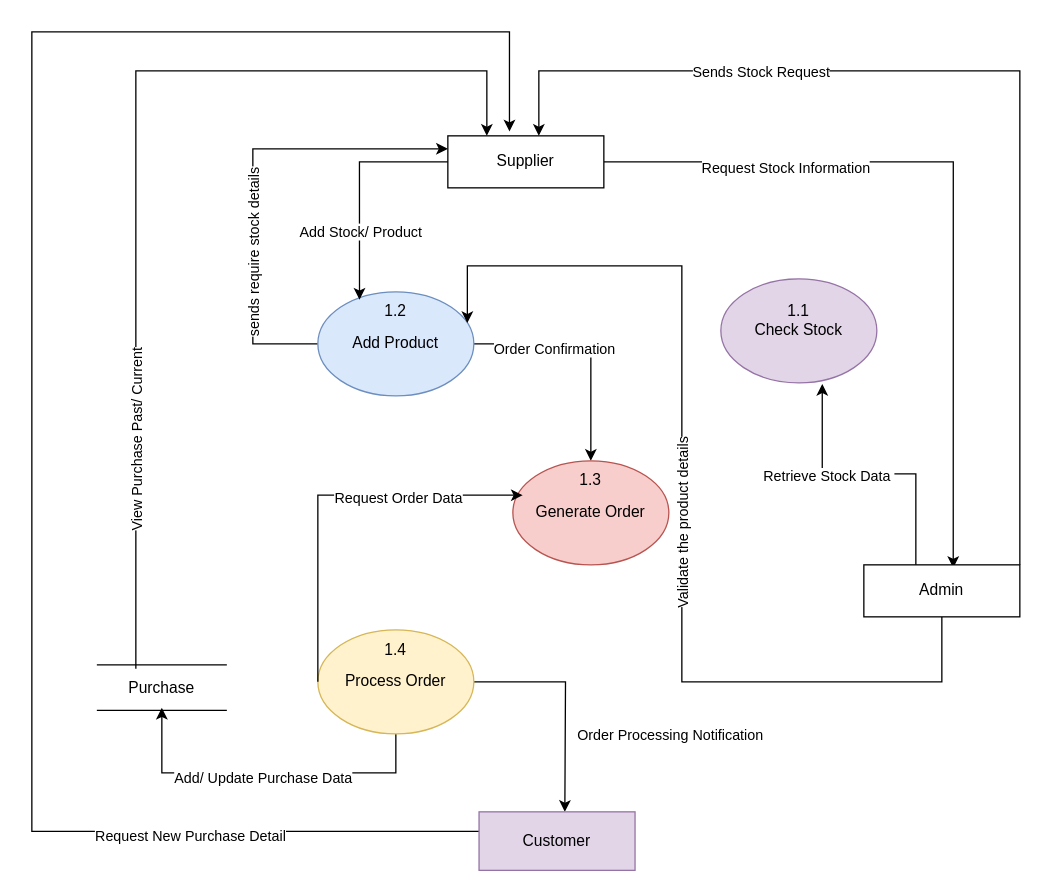
Earlier version of the draw.io diagram Level 2 1.1.drawio (pawal-karki/DRAW.IO). Source tidied: cells renumbered, new cells numbered last; positions are measured from the earlier drawing's top-left corner, leaving out a move shared by most shapes. Both pictures are drawn from the tidied source at 130%, with x=0, y=0 at pixel (31, 31).
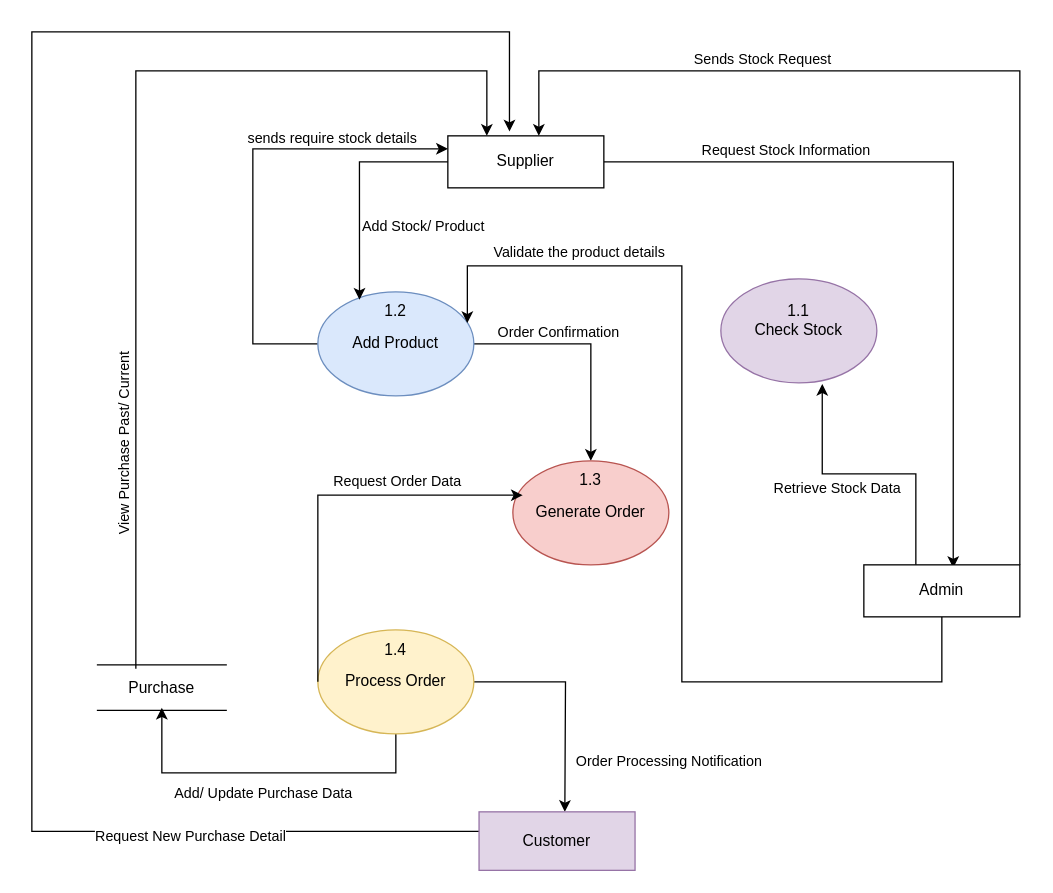
The same diagram, later.

Unchanged cells that the change refers to:
```xml
<mxCell id="2" style="edgeStyle=orthogonalEdgeStyle;rounded=0;jettySize=auto;html=1;entryX=0.573;entryY=0.06;entryDx=0;entryDy=0;entryPerimeter=0;" parent="1" edge="1" source="4" target="25">
  <mxGeometry relative="1" as="geometry" />
</mxCell>
<mxCell id="6" style="edgeStyle=orthogonalEdgeStyle;rounded=0;jettySize=auto;html=1;entryX=0;entryY=0.25;entryDx=0;entryDy=0;" parent="1" edge="1" source="10" target="4">
  <mxGeometry relative="1" as="geometry">
    <Array as="points">
      <mxPoint x="170" y="240" />
      <mxPoint x="170" y="90" />
    </Array>
  </mxGeometry>
</mxCell>
<mxCell id="8" style="edgeStyle=orthogonalEdgeStyle;rounded=0;jettySize=auto;html=1;" parent="1" edge="1" source="10" target="13">
  <mxGeometry relative="1" as="geometry" />
</mxCell>
<mxCell id="11" style="edgeStyle=orthogonalEdgeStyle;rounded=0;jettySize=auto;html=1;entryX=0.5;entryY=0;entryDx=0;entryDy=0;exitX=1;exitY=0.5;exitDx=0;exitDy=0;" parent="1" edge="1" source="16">
  <mxGeometry relative="1" as="geometry">
    <mxPoint x="410" y="600" as="targetPoint" />
  </mxGeometry>
</mxCell>
<mxCell id="14" style="edgeStyle=orthogonalEdgeStyle;rounded=0;jettySize=auto;html=1;entryX=0.5;entryY=1;entryDx=0;entryDy=0;" parent="1" edge="1" source="16" target="19">
  <mxGeometry relative="1" as="geometry">
    <Array as="points">
      <mxPoint x="280" y="570" />
      <mxPoint x="100" y="570" />
    </Array>
  </mxGeometry>
</mxCell>
<mxCell id="17" style="edgeStyle=orthogonalEdgeStyle;rounded=0;jettySize=auto;html=1;" parent="1" edge="1" source="19" target="4">
  <mxGeometry relative="1" as="geometry">
    <Array as="points">
      <mxPoint x="80" y="30" />
      <mxPoint x="350" y="30" />
    </Array>
  </mxGeometry>
</mxCell>
<mxCell id="21" style="edgeStyle=orthogonalEdgeStyle;rounded=0;orthogonalLoop=1;jettySize=auto;html=1;" parent="1" edge="1">
  <mxGeometry relative="1" as="geometry">
    <mxPoint x="760" y="410" as="sourcePoint" />
    <mxPoint x="390" y="80" as="targetPoint" />
    <Array as="points">
      <mxPoint x="760" y="30" />
      <mxPoint x="390" y="30" />
    </Array>
  </mxGeometry>
</mxCell>
<mxCell id="23" style="edgeStyle=orthogonalEdgeStyle;rounded=0;jettySize=auto;html=1;" parent="1" edge="1" source="25" target="10">
  <mxGeometry relative="1" as="geometry">
    <Array as="points">
      <mxPoint x="700" y="500" />
      <mxPoint x="500" y="500" />
      <mxPoint x="500" y="180" />
      <mxPoint x="335" y="180" />
    </Array>
  </mxGeometry>
</mxCell>
<mxCell id="26" style="edgeStyle=orthogonalEdgeStyle;rounded=0;jettySize=auto;html=1;entryX=0.65;entryY=1.01;entryDx=0;entryDy=0;entryPerimeter=0;" parent="1" edge="1" source="25" target="5">
  <mxGeometry relative="1" as="geometry">
    <Array as="points">
      <mxPoint x="680" y="340" />
      <mxPoint x="608" y="340" />
    </Array>
  </mxGeometry>
</mxCell>
<mxCell id="28" style="edgeStyle=orthogonalEdgeStyle;rounded=0;jettySize=auto;html=1;exitX=0;exitY=0.5;exitDx=0;exitDy=0;entryX=0.267;entryY=0.075;entryDx=0;entryDy=0;entryPerimeter=0;" parent="1" edge="1" source="4" target="10">
  <mxGeometry relative="1" as="geometry" />
</mxCell>
<mxCell id="30" style="edgeStyle=orthogonalEdgeStyle;rounded=0;jettySize=auto;html=1;entryX=0.063;entryY=0.33;entryDx=0;entryDy=0;entryPerimeter=0;" parent="1" edge="1" source="16" target="13">
  <mxGeometry relative="1" as="geometry">
    <Array as="points">
      <mxPoint x="220" y="356" />
    </Array>
  </mxGeometry>
</mxCell>
```

The edit, as a diff of the source:
```diff
@@
     <mxCell id="3" value="Request Stock Information" style="edgeLabel;html=1;align=center;verticalAlign=middle;" parent="2" vertex="1">
-      <mxGeometry x="-0.52" y="-4" relative="1" as="geometry" />
+      <mxGeometry x="-0.52" y="-4" relative="1" as="geometry">
+        <mxPoint y="-14" as="offset" />
+      </mxGeometry>
     </mxCell>
@@
-    <mxCell id="7" value="sends require stock details" style="edgeLabel;html=1;align=center;verticalAlign=middle;rotation=-90;" parent="6" vertex="1">
+    <mxCell id="7" value="sends require stock details" style="edgeLabel;html=1;align=center;verticalAlign=middle;rotation=0;" parent="6" vertex="1">
       <mxGeometry x="-0.34" y="4" relative="1" as="geometry">
-        <mxPoint x="4" y="-4" as="offset" />
+        <mxPoint x="64" y="-94" as="offset" />
       </mxGeometry>
     </mxCell>
@@
     <mxCell id="9" value="Order Confirmation" style="edgeLabel;html=1;align=center;verticalAlign=middle;" parent="8" vertex="1">
-      <mxGeometry x="-0.32" y="-3" relative="1" as="geometry" />
+      <mxGeometry x="-0.32" y="-3" relative="1" as="geometry">
+        <mxPoint x="3" y="-13" as="offset" />
+      </mxGeometry>
     </mxCell>
@@
     <mxCell id="12" value="Order Processing Notification" style="edgeLabel;html=1;align=center;verticalAlign=middle;" parent="11" vertex="1">
       <mxGeometry x="-0.24" y="-3" relative="1" as="geometry">
-        <mxPoint x="85" y="37" as="offset" />
+        <mxPoint x="84" y="57" as="offset" />
       </mxGeometry>
     </mxCell>
@@
     <mxCell id="15" value="Add/ Update Purchase Data" style="edgeLabel;html=1;align=center;verticalAlign=middle;" parent="14" vertex="1">
-      <mxGeometry x="0.02" y="3" relative="1" as="geometry" />
+      <mxGeometry x="0.02" y="3" relative="1" as="geometry">
+        <mxPoint y="12" as="offset" />
+      </mxGeometry>
     </mxCell>
@@
     <mxCell id="18" value="View Purchase Past/ Current" style="edgeLabel;html=1;align=center;verticalAlign=middle;rotation=-90;" parent="17" vertex="1">
-      <mxGeometry x="-0.55" relative="1" as="geometry" />
+      <mxGeometry x="-0.55" relative="1" as="geometry">
+        <mxPoint x="-10" y="3" as="offset" />
+      </mxGeometry>
     </mxCell>
@@
     <mxCell id="22" value="Sends Stock Request" style="edgeLabel;html=1;align=center;verticalAlign=middle;" parent="21" vertex="1">
-      <mxGeometry x="0.45" relative="1" as="geometry" />
+      <mxGeometry x="0.45" relative="1" as="geometry">
+        <mxPoint x="1" y="-10" as="offset" />
+      </mxGeometry>
     </mxCell>
@@
-    <mxCell id="24" value="Validate the product details" style="edgeLabel;html=1;align=center;verticalAlign=middle;rotation=-90;" parent="23" vertex="1">
+    <mxCell id="24" value="Validate the product details" style="edgeLabel;html=1;align=center;verticalAlign=middle;rotation=0;" parent="23" vertex="1">
       <mxGeometry x="-0.21" y="3" relative="1" as="geometry">
-        <mxPoint x="3" y="-63" as="offset" />
+        <mxPoint x="-77" y="-273" as="offset" />
       </mxGeometry>
     </mxCell>
@@
     <mxCell id="27" value="Retrieve Stock Data&amp;nbsp;" style="edgeLabel;html=1;align=center;verticalAlign=middle;" parent="26" vertex="1">
-      <mxGeometry x="0.31" y="1" relative="1" as="geometry" />
+      <mxGeometry x="0.31" y="1" relative="1" as="geometry">
+        <mxPoint x="8" y="9" as="offset" />
+      </mxGeometry>
     </mxCell>
@@
     <mxCell id="29" value="Add Stock/ Product" style="edgeLabel;html=1;align=center;verticalAlign=middle;" parent="28" vertex="1">
-      <mxGeometry x="0.4" relative="1" as="geometry" />
+      <mxGeometry x="0.4" relative="1" as="geometry">
+        <mxPoint x="48" y="-4" as="offset" />
+      </mxGeometry>
     </mxCell>
@@
     <mxCell id="31" value="Request Order Data" style="edgeLabel;html=1;align=center;verticalAlign=middle;" parent="30" vertex="1">
       <mxGeometry x="0.24" y="-2" relative="1" as="geometry">
-        <mxPoint x="18" as="offset" />
+        <mxPoint x="17" y="-13" as="offset" />
       </mxGeometry>
     </mxCell>
```
